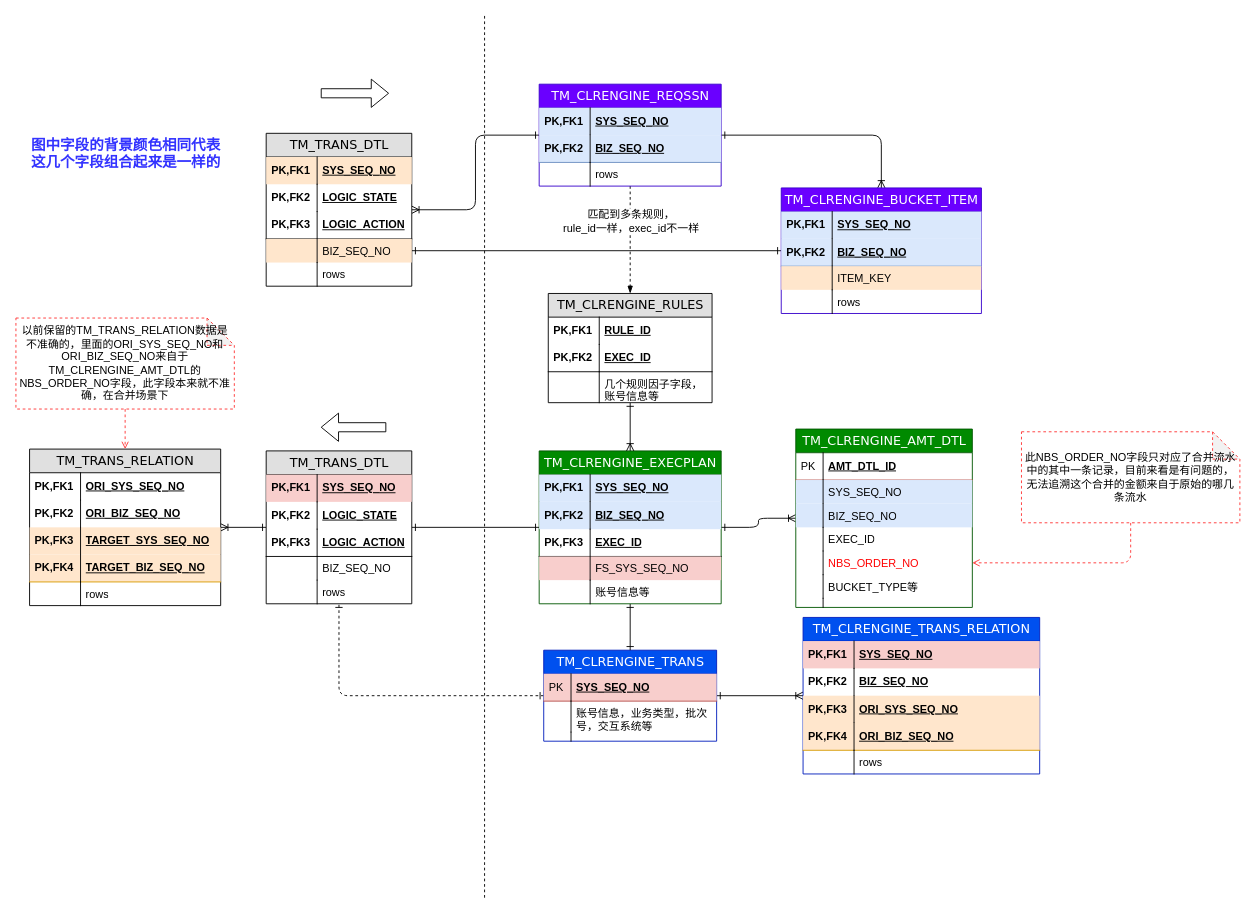
staconfree/design keeps this draw.io diagram as 清算引擎数据结构图.drawio. Above is the earlier version. Source tidied: cells renumbered, new cells numbered last; positions are measured from the earlier drawing's top-left corner, leaving out a move shared by most shapes. Both pictures are drawn from the tidied source at 91%, with x=0, y=0 at pixel (15, 15).
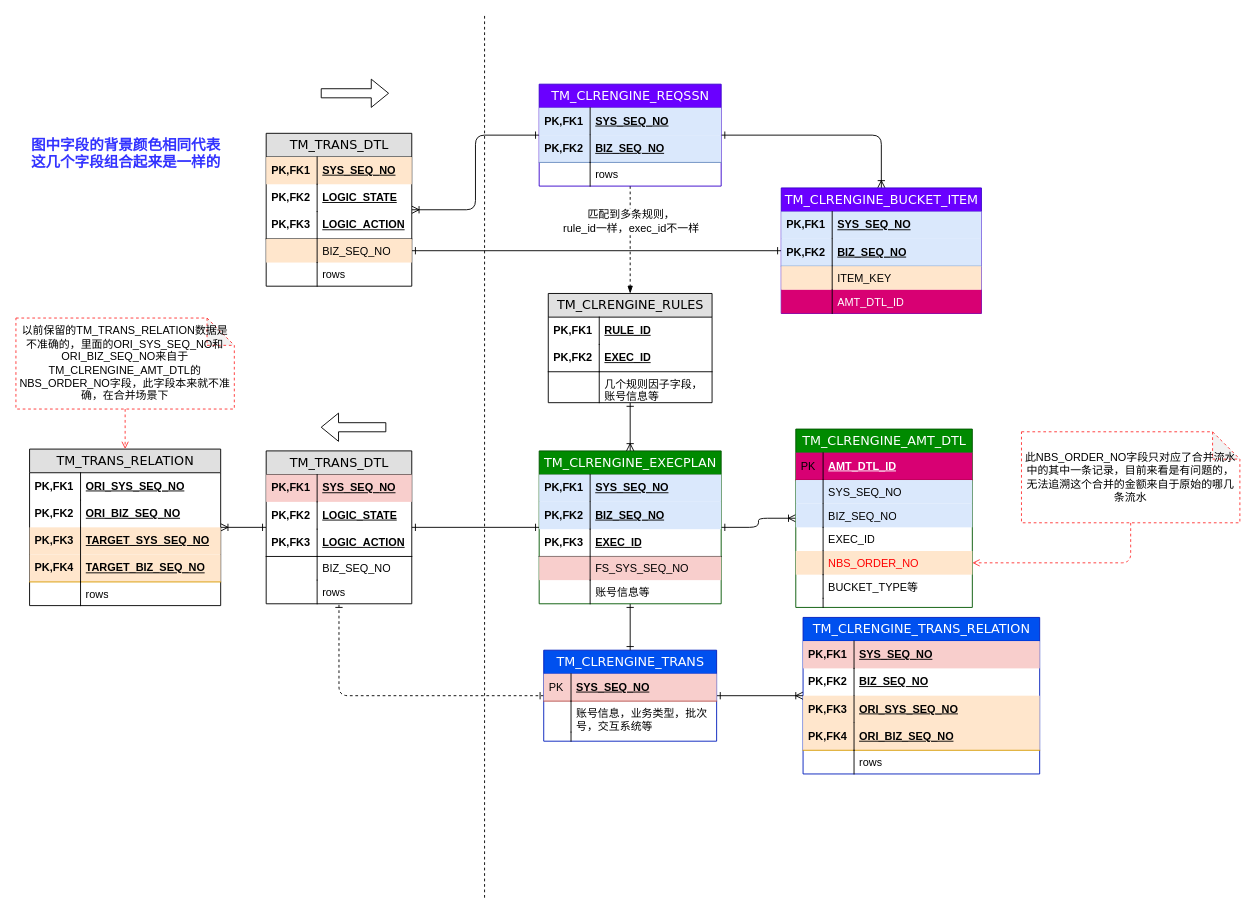
After the change.

Commit message:
更新清算引擎数据结构图.drawio

Unchanged cells that the change refers to:
```xml
<mxCell id="48" value="TM_CLRENGINE_BUCKET_ITEM" style="swimlane;html=1;fontStyle=0;horizontal=1;startSize=26;fillColor=#6a00ff;swimlaneFillColor=#ffffff;align=center;rounded=0;shadow=0;comic=0;labelBackgroundColor=none;strokeColor=#3700CC;strokeWidth=1;fontFamily=Verdana;fontSize=14;fontColor=#ffffff;" parent="1" vertex="1">
  <mxGeometry x="841" y="189" width="220" height="138" as="geometry" />
</mxCell>
<mxCell id="107" value="TM_CLRENGINE_AMT_DTL" style="swimlane;html=1;fontStyle=0;horizontal=1;startSize=26;fillColor=#008a00;swimlaneFillColor=#ffffff;align=center;rounded=0;shadow=0;comic=0;labelBackgroundColor=none;strokeColor=#005700;strokeWidth=1;fontFamily=Verdana;fontSize=14;swimlaneLine=1;fontColor=#ffffff;" parent="1" vertex="1">
  <mxGeometry x="857" y="454" width="194" height="196" as="geometry" />
</mxCell>
```

Diff of the diagram source:
```diff
@@
-    <mxCell id="55" value="&lt;div&gt;rows&lt;/div&gt;" style="shape=partialRectangle;top=0;left=0;right=0;bottom=0;html=1;align=left;verticalAlign=top;fillColor=none;spacingLeft=60;spacingRight=4;whiteSpace=wrap;overflow=hidden;" parent="48" vertex="1">
+    <mxCell id="55" value="&lt;div&gt;AMT_DTL_ID&lt;/div&gt;" style="shape=partialRectangle;top=0;left=0;right=0;bottom=0;html=1;align=left;verticalAlign=top;fillColor=#d80073;spacingLeft=60;spacingRight=4;whiteSpace=wrap;overflow=hidden;strokeColor=#A50040;fontColor=#ffffff;" parent="48" vertex="1">
       <mxGeometry y="112" width="220" height="26" as="geometry" />
     </mxCell>
@@
-    <mxCell id="108" value="AMT_DTL_ID" style="shape=partialRectangle;top=0;left=0;right=0;bottom=1;html=1;align=left;verticalAlign=middle;fillColor=none;spacingLeft=34;spacingRight=4;whiteSpace=wrap;overflow=hidden;fontStyle=5;strokeColor=#b85450;" parent="107" vertex="1">
+    <mxCell id="108" value="AMT_DTL_ID" style="shape=partialRectangle;top=0;left=0;right=0;bottom=1;html=1;align=left;verticalAlign=middle;fillColor=#d80073;spacingLeft=34;spacingRight=4;whiteSpace=wrap;overflow=hidden;fontStyle=5;strokeColor=#A50040;fontColor=#ffffff;" parent="107" vertex="1">
       <mxGeometry y="26" width="194" height="30" as="geometry" />
     </mxCell>
@@
-    <mxCell id="116" value="NBS_ORDER_NO" style="shape=partialRectangle;top=0;left=0;right=0;bottom=0;html=1;align=left;verticalAlign=top;fillColor=none;spacingLeft=34;spacingRight=4;whiteSpace=wrap;overflow=hidden;points=[[0,0.5],[1,0.5]];portConstraint=eastwest;fontColor=#FF0000;" parent="107" vertex="1">
+    <mxCell id="116" value="NBS_ORDER_NO" style="shape=partialRectangle;top=0;left=0;right=0;bottom=0;html=1;align=left;verticalAlign=top;fillColor=#FFE6CC;spacingLeft=34;spacingRight=4;whiteSpace=wrap;overflow=hidden;points=[[0,0.5],[1,0.5]];portConstraint=eastwest;fontColor=#FF0000;" parent="107" vertex="1">
       <mxGeometry y="134" width="194" height="26" as="geometry" />
     </mxCell>
```
